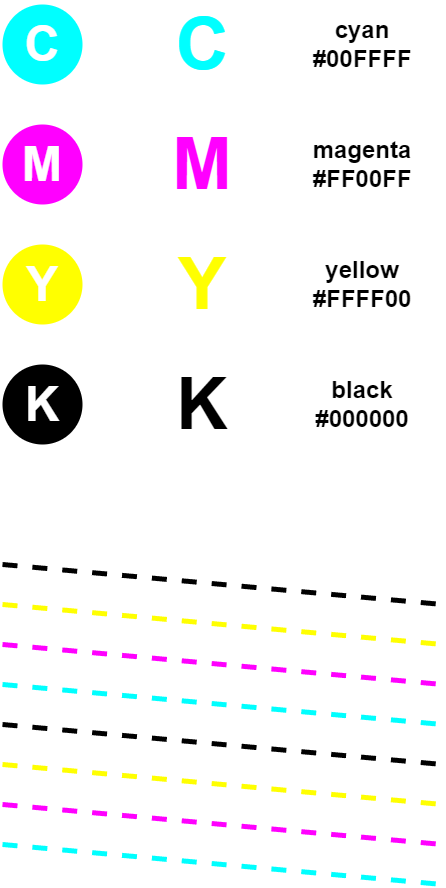
Earlier version of the draw.io export CMYK.png (zoumingzhe/CMYK). Source tidied: cells renumbered, new cells last; positions are measured from the earlier drawing's top-left corner, leaving out a move shared by most shapes.
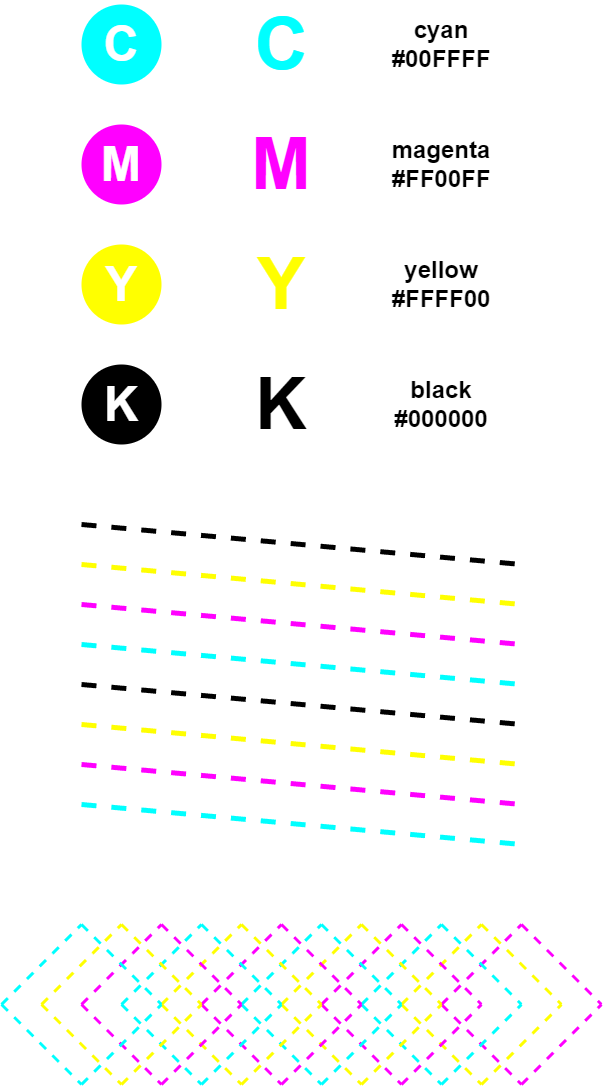
The same diagram one commit later.

What changed in the source:
```diff
@@ -2,6 +2,78 @@
   <root>
     <mxCell id="0" />
     <mxCell id="1" parent="0" />
+    <mxCell id="22" style="endArrow=none;dashed=1;html=1;rounded=0;strokeWidth=3;curved=0;strokeColor=#00FFFF;" parent="1" edge="1">
+      <mxGeometry relative="1" as="geometry">
+        <mxPoint x="-80" y="1000" as="sourcePoint" />
+        <mxPoint y="920" as="targetPoint" />
+      </mxGeometry>
+    </mxCell>
+    <mxCell id="23" style="endArrow=none;dashed=1;html=1;rounded=0;strokeWidth=3;curved=0;strokeColor=#FFFF00;" parent="1" edge="1">
+      <mxGeometry relative="1" as="geometry">
+        <mxPoint x="-40" y="1000" as="sourcePoint" />
+        <mxPoint x="40" y="920" as="targetPoint" />
+      </mxGeometry>
+    </mxCell>
+    <mxCell id="24" style="endArrow=none;dashed=1;html=1;rounded=0;strokeWidth=3;curved=0;strokeColor=#FF00FF;" parent="1" edge="1">
+      <mxGeometry relative="1" as="geometry">
+        <mxPoint y="1000" as="sourcePoint" />
+        <mxPoint x="80" y="920" as="targetPoint" />
+      </mxGeometry>
+    </mxCell>
+    <mxCell id="25" style="endArrow=none;dashed=1;html=1;rounded=0;strokeWidth=3;curved=0;strokeColor=#00FFFF;" parent="1" edge="1">
+      <mxGeometry relative="1" as="geometry">
+        <mxPoint x="40" y="1000" as="sourcePoint" />
+        <mxPoint x="120" y="920" as="targetPoint" />
+      </mxGeometry>
+    </mxCell>
+    <mxCell id="26" style="endArrow=none;dashed=1;html=1;rounded=0;strokeWidth=3;curved=0;strokeColor=#FFFF00;" parent="1" edge="1">
+      <mxGeometry relative="1" as="geometry">
+        <mxPoint x="80" y="1000" as="sourcePoint" />
+        <mxPoint x="160" y="920" as="targetPoint" />
+      </mxGeometry>
+    </mxCell>
+    <mxCell id="27" style="endArrow=none;dashed=1;html=1;rounded=0;strokeWidth=3;curved=0;strokeColor=#FF00FF;" parent="1" edge="1">
+      <mxGeometry relative="1" as="geometry">
+        <mxPoint x="120" y="1000" as="sourcePoint" />
+        <mxPoint x="200" y="920" as="targetPoint" />
+      </mxGeometry>
+    </mxCell>
+    <mxCell id="28" style="endArrow=none;dashed=1;html=1;rounded=0;strokeWidth=3;curved=0;strokeColor=#00FFFF;" parent="1" edge="1">
+      <mxGeometry relative="1" as="geometry">
+        <mxPoint x="160" y="1000" as="sourcePoint" />
+        <mxPoint x="240" y="920" as="targetPoint" />
+      </mxGeometry>
+    </mxCell>
+    <mxCell id="29" style="endArrow=none;dashed=1;html=1;rounded=0;strokeWidth=3;curved=0;strokeColor=#FFFF00;" parent="1" edge="1">
+      <mxGeometry relative="1" as="geometry">
+        <mxPoint x="200" y="1000" as="sourcePoint" />
+        <mxPoint x="280" y="920" as="targetPoint" />
+      </mxGeometry>
+    </mxCell>
+    <mxCell id="30" style="endArrow=none;dashed=1;html=1;rounded=0;strokeWidth=3;curved=0;strokeColor=#FF00FF;" parent="1" edge="1">
+      <mxGeometry relative="1" as="geometry">
+        <mxPoint x="240" y="1000" as="sourcePoint" />
+        <mxPoint x="320" y="920" as="targetPoint" />
+      </mxGeometry>
+    </mxCell>
+    <mxCell id="31" style="endArrow=none;dashed=1;html=1;rounded=0;strokeWidth=3;curved=0;strokeColor=#00FFFF;" parent="1" edge="1">
+      <mxGeometry relative="1" as="geometry">
+        <mxPoint x="280" y="1000" as="sourcePoint" />
+        <mxPoint x="360" y="920" as="targetPoint" />
+      </mxGeometry>
+    </mxCell>
+    <mxCell id="32" style="endArrow=none;dashed=1;html=1;rounded=0;strokeWidth=3;curved=0;strokeColor=#FFFF00;" parent="1" edge="1">
+      <mxGeometry relative="1" as="geometry">
+        <mxPoint x="320" y="1000" as="sourcePoint" />
+        <mxPoint x="400" y="920" as="targetPoint" />
+      </mxGeometry>
+    </mxCell>
+    <mxCell id="33" style="endArrow=none;dashed=1;html=1;rounded=0;strokeWidth=3;curved=0;strokeColor=#FF00FF;" parent="1" edge="1">
+      <mxGeometry relative="1" as="geometry">
+        <mxPoint x="360" y="1000" as="sourcePoint" />
+        <mxPoint x="440" y="920" as="targetPoint" />
+      </mxGeometry>
+    </mxCell>
     <mxCell id="2" value="&lt;font color=&quot;#ffffff&quot; style=&quot;font-size: 48px;&quot;&gt;&lt;b style=&quot;font-size: 48px;&quot;&gt;C&lt;/b&gt;&lt;/font&gt;" style="ellipse;whiteSpace=wrap;html=1;fillColor=#00FFFF;strokeColor=none;fontSize=48;" parent="1" vertex="1">
       <mxGeometry width="80" height="80" as="geometry" />
     </mxCell>
@@ -38,53 +110,269 @@
     <mxCell id="13" value="&lt;font style=&quot;font-size: 24px;&quot;&gt;&lt;b style=&quot;font-size: 24px;&quot;&gt;black&lt;/b&gt;&lt;/font&gt;&lt;div style=&quot;font-size: 24px;&quot;&gt;&lt;span style=&quot;font-size: 24px; font-weight: 700; background-color: initial;&quot;&gt;#000000&lt;/span&gt;&lt;/div&gt;" style="rounded=0;whiteSpace=wrap;html=1;strokeColor=none;fillColor=none;fontSize=24;fontColor=default;" parent="1" vertex="1">
       <mxGeometry x="280" y="360" width="160" height="80" as="geometry" />
     </mxCell>
-    <mxCell id="14" style="endArrow=none;html=1;rounded=0;strokeColor=#000000;strokeWidth=5;dashed=1;" parent="1" edge="1">
-      <mxGeometry relative="1" as="geometry">
-        <mxPoint y="560" as="sourcePoint" />
-        <mxPoint x="440" y="600" as="targetPoint" />
-      </mxGeometry>
-    </mxCell>
-    <mxCell id="15" style="endArrow=none;html=1;rounded=0;strokeColor=#FFFF00;strokeWidth=5;dashed=1;" parent="1" edge="1">
-      <mxGeometry relative="1" as="geometry">
-        <mxPoint y="600" as="sourcePoint" />
-        <mxPoint x="440" y="640" as="targetPoint" />
-      </mxGeometry>
-    </mxCell>
-    <mxCell id="16" style="endArrow=none;html=1;rounded=0;strokeColor=#FF00FF;strokeWidth=5;dashed=1;" parent="1" edge="1">
-      <mxGeometry relative="1" as="geometry">
-        <mxPoint y="640" as="sourcePoint" />
-        <mxPoint x="440" y="680" as="targetPoint" />
-      </mxGeometry>
-    </mxCell>
-    <mxCell id="17" style="endArrow=none;html=1;rounded=0;strokeColor=#00FFFF;strokeWidth=5;dashed=1;" parent="1" edge="1">
-      <mxGeometry relative="1" as="geometry">
-        <mxPoint y="680" as="sourcePoint" />
-        <mxPoint x="440" y="720" as="targetPoint" />
-      </mxGeometry>
-    </mxCell>
-    <mxCell id="18" style="endArrow=none;html=1;rounded=0;strokeColor=#000000;strokeWidth=5;dashed=1;" parent="1" edge="1">
-      <mxGeometry relative="1" as="geometry">
-        <mxPoint y="720" as="sourcePoint" />
-        <mxPoint x="440" y="760" as="targetPoint" />
-      </mxGeometry>
-    </mxCell>
-    <mxCell id="19" style="endArrow=none;html=1;rounded=0;strokeColor=#FFFF00;strokeWidth=5;dashed=1;" parent="1" edge="1">
-      <mxGeometry relative="1" as="geometry">
-        <mxPoint y="760" as="sourcePoint" />
-        <mxPoint x="440" y="800" as="targetPoint" />
-      </mxGeometry>
-    </mxCell>
-    <mxCell id="20" style="endArrow=none;html=1;rounded=0;strokeColor=#FF00FF;strokeWidth=5;dashed=1;" parent="1" edge="1">
-      <mxGeometry relative="1" as="geometry">
-        <mxPoint y="800" as="sourcePoint" />
-        <mxPoint x="440" y="840" as="targetPoint" />
-      </mxGeometry>
-    </mxCell>
-    <mxCell id="21" style="endArrow=none;html=1;rounded=0;strokeColor=#00FFFF;strokeWidth=5;dashed=1;" parent="1" edge="1">
-      <mxGeometry relative="1" as="geometry">
-        <mxPoint y="840" as="sourcePoint" />
-        <mxPoint x="440" y="880" as="targetPoint" />
-      </mxGeometry>
-    </mxCell>
+    <mxCell id="34" style="endArrow=none;html=1;rounded=0;strokeColor=#000000;strokeWidth=5;dashed=1;" parent="1" edge="1">
+      <mxGeometry relative="1" as="geometry">
+        <mxPoint y="520" as="sourcePoint" />
+        <mxPoint x="440" y="560" as="targetPoint" />
+      </mxGeometry>
+    </mxCell>
+    <mxCell id="35" style="endArrow=none;html=1;rounded=0;strokeColor=#FFFF00;strokeWidth=5;dashed=1;" parent="1" edge="1">
+      <mxGeometry relative="1" as="geometry">
+        <mxPoint y="560" as="sourcePoint" />
+        <mxPoint x="440" y="600" as="targetPoint" />
+      </mxGeometry>
+    </mxCell>
+    <mxCell id="36" style="endArrow=none;html=1;rounded=0;strokeColor=#FF00FF;strokeWidth=5;dashed=1;" parent="1" edge="1">
+      <mxGeometry relative="1" as="geometry">
+        <mxPoint y="600" as="sourcePoint" />
+        <mxPoint x="440" y="640" as="targetPoint" />
+      </mxGeometry>
+    </mxCell>
+    <mxCell id="37" style="endArrow=none;html=1;rounded=0;strokeColor=#00FFFF;strokeWidth=5;dashed=1;" parent="1" edge="1">
+      <mxGeometry relative="1" as="geometry">
+        <mxPoint y="640" as="sourcePoint" />
+        <mxPoint x="440" y="680" as="targetPoint" />
+      </mxGeometry>
+    </mxCell>
+    <mxCell id="38" style="endArrow=none;html=1;rounded=0;strokeColor=#000000;strokeWidth=5;dashed=1;" parent="1" edge="1">
+      <mxGeometry relative="1" as="geometry">
+        <mxPoint y="680" as="sourcePoint" />
+        <mxPoint x="440" y="720" as="targetPoint" />
+      </mxGeometry>
+    </mxCell>
+    <mxCell id="39" style="endArrow=none;html=1;rounded=0;strokeColor=#FFFF00;strokeWidth=5;dashed=1;" parent="1" edge="1">
+      <mxGeometry relative="1" as="geometry">
+        <mxPoint y="720" as="sourcePoint" />
+        <mxPoint x="440" y="760" as="targetPoint" />
+      </mxGeometry>
+    </mxCell>
+    <mxCell id="40" style="endArrow=none;html=1;rounded=0;strokeColor=#FF00FF;strokeWidth=5;dashed=1;" parent="1" edge="1">
+      <mxGeometry relative="1" as="geometry">
+        <mxPoint y="760" as="sourcePoint" />
+        <mxPoint x="440" y="800" as="targetPoint" />
+      </mxGeometry>
+    </mxCell>
+    <mxCell id="41" style="endArrow=none;html=1;rounded=0;strokeColor=#00FFFF;strokeWidth=5;dashed=1;" parent="1" edge="1">
+      <mxGeometry relative="1" as="geometry">
+        <mxPoint y="800" as="sourcePoint" />
+        <mxPoint x="440" y="840" as="targetPoint" />
+      </mxGeometry>
+    </mxCell>
+    <mxCell id="42" style="endArrow=none;dashed=1;html=1;rounded=0;strokeWidth=3;curved=0;strokeColor=#00FFFF;" parent="1" edge="1">
+      <mxGeometry relative="1" as="geometry">
+        <mxPoint x="-80" y="1000" as="sourcePoint" />
+        <mxPoint y="1080" as="targetPoint" />
+      </mxGeometry>
+    </mxCell>
+    <mxCell id="43" style="endArrow=none;dashed=1;html=1;rounded=0;strokeWidth=3;curved=0;strokeColor=#FFFF00;" parent="1" edge="1">
+      <mxGeometry relative="1" as="geometry">
+        <mxPoint x="-40" y="1000" as="sourcePoint" />
+        <mxPoint x="40" y="1080" as="targetPoint" />
+      </mxGeometry>
+    </mxCell>
+    <mxCell id="44" style="endArrow=none;dashed=1;html=1;rounded=0;strokeWidth=3;curved=0;strokeColor=#FF00FF;" parent="1" edge="1">
+      <mxGeometry relative="1" as="geometry">
+        <mxPoint y="1000" as="sourcePoint" />
+        <mxPoint x="80" y="1080" as="targetPoint" />
+      </mxGeometry>
+    </mxCell>
+    <mxCell id="45" style="endArrow=none;dashed=1;html=1;rounded=0;strokeWidth=3;curved=0;strokeColor=#00FFFF;" parent="1" edge="1">
+      <mxGeometry relative="1" as="geometry">
+        <mxPoint x="40" y="1000" as="sourcePoint" />
+        <mxPoint x="120" y="1080" as="targetPoint" />
+      </mxGeometry>
+    </mxCell>
+    <mxCell id="46" style="endArrow=none;dashed=1;html=1;rounded=0;strokeWidth=3;curved=0;strokeColor=#FFFF00;" parent="1" edge="1">
+      <mxGeometry relative="1" as="geometry">
+        <mxPoint x="80" y="1000" as="sourcePoint" />
+        <mxPoint x="160" y="1080" as="targetPoint" />
+      </mxGeometry>
+    </mxCell>
+    <mxCell id="47" style="endArrow=none;dashed=1;html=1;rounded=0;strokeWidth=3;curved=0;strokeColor=#FF00FF;" parent="1" edge="1">
+      <mxGeometry relative="1" as="geometry">
+        <mxPoint x="120" y="1000" as="sourcePoint" />
+        <mxPoint x="200" y="1080" as="targetPoint" />
+      </mxGeometry>
+    </mxCell>
+    <mxCell id="48" style="endArrow=none;dashed=1;html=1;rounded=0;strokeWidth=3;curved=0;strokeColor=#00FFFF;" parent="1" edge="1">
+      <mxGeometry relative="1" as="geometry">
+        <mxPoint x="160" y="1000" as="sourcePoint" />
+        <mxPoint x="240" y="1080" as="targetPoint" />
+      </mxGeometry>
+    </mxCell>
+    <mxCell id="49" style="endArrow=none;dashed=1;html=1;rounded=0;strokeWidth=3;curved=0;strokeColor=#FFFF00;" parent="1" edge="1">
+      <mxGeometry relative="1" as="geometry">
+        <mxPoint x="200" y="1000" as="sourcePoint" />
+        <mxPoint x="280" y="1080" as="targetPoint" />
+      </mxGeometry>
+    </mxCell>
+    <mxCell id="50" style="endArrow=none;dashed=1;html=1;rounded=0;strokeWidth=3;curved=0;strokeColor=#FF00FF;" parent="1" edge="1">
+      <mxGeometry relative="1" as="geometry">
+        <mxPoint x="240" y="1000" as="sourcePoint" />
+        <mxPoint x="320" y="1080" as="targetPoint" />
+      </mxGeometry>
+    </mxCell>
+    <mxCell id="51" style="endArrow=none;dashed=1;html=1;rounded=0;strokeWidth=3;curved=0;strokeColor=#00FFFF;" parent="1" edge="1">
+      <mxGeometry relative="1" as="geometry">
+        <mxPoint x="280" y="1000" as="sourcePoint" />
+        <mxPoint x="360" y="1080" as="targetPoint" />
+      </mxGeometry>
+    </mxCell>
+    <mxCell id="52" style="endArrow=none;dashed=1;html=1;rounded=0;strokeWidth=3;curved=0;strokeColor=#FFFF00;" parent="1" edge="1">
+      <mxGeometry relative="1" as="geometry">
+        <mxPoint x="320" y="1000" as="sourcePoint" />
+        <mxPoint x="400" y="1080" as="targetPoint" />
+      </mxGeometry>
+    </mxCell>
+    <mxCell id="53" style="endArrow=none;dashed=1;html=1;rounded=0;strokeWidth=3;curved=0;strokeColor=#FF00FF;" parent="1" edge="1">
+      <mxGeometry relative="1" as="geometry">
+        <mxPoint x="360" y="1000" as="sourcePoint" />
+        <mxPoint x="440" y="1080" as="targetPoint" />
+      </mxGeometry>
+    </mxCell>
+    <mxCell id="54" style="endArrow=none;dashed=1;html=1;rounded=0;strokeWidth=3;curved=0;strokeColor=#00FFFF;" parent="1" edge="1">
+      <mxGeometry relative="1" as="geometry">
+        <mxPoint y="920" as="sourcePoint" />
+        <mxPoint x="80" y="1000" as="targetPoint" />
+      </mxGeometry>
+    </mxCell>
+    <mxCell id="55" style="endArrow=none;dashed=1;html=1;rounded=0;strokeWidth=3;curved=0;strokeColor=#FFFF00;" parent="1" edge="1">
+      <mxGeometry relative="1" as="geometry">
+        <mxPoint x="40" y="920" as="sourcePoint" />
+        <mxPoint x="120" y="1000" as="targetPoint" />
+      </mxGeometry>
+    </mxCell>
+    <mxCell id="56" style="endArrow=none;dashed=1;html=1;rounded=0;strokeWidth=3;curved=0;strokeColor=#FF00FF;" parent="1" edge="1">
+      <mxGeometry relative="1" as="geometry">
+        <mxPoint x="80" y="920" as="sourcePoint" />
+        <mxPoint x="160" y="1000" as="targetPoint" />
+      </mxGeometry>
+    </mxCell>
+    <mxCell id="57" style="endArrow=none;dashed=1;html=1;rounded=0;strokeWidth=3;curved=0;strokeColor=#00FFFF;" parent="1" edge="1">
+      <mxGeometry relative="1" as="geometry">
+        <mxPoint x="120" y="920" as="sourcePoint" />
+        <mxPoint x="200" y="1000" as="targetPoint" />
+      </mxGeometry>
+    </mxCell>
+    <mxCell id="58" style="endArrow=none;dashed=1;html=1;rounded=0;strokeWidth=3;curved=0;strokeColor=#FFFF00;" parent="1" edge="1">
+      <mxGeometry relative="1" as="geometry">
+        <mxPoint x="160" y="920" as="sourcePoint" />
+        <mxPoint x="240" y="1000" as="targetPoint" />
+      </mxGeometry>
+    </mxCell>
+    <mxCell id="59" style="endArrow=none;dashed=1;html=1;rounded=0;strokeWidth=3;curved=0;strokeColor=#FF00FF;" parent="1" edge="1">
+      <mxGeometry relative="1" as="geometry">
+        <mxPoint x="200" y="920" as="sourcePoint" />
+        <mxPoint x="280" y="1000" as="targetPoint" />
+      </mxGeometry>
+    </mxCell>
+    <mxCell id="60" style="endArrow=none;dashed=1;html=1;rounded=0;strokeWidth=3;curved=0;strokeColor=#00FFFF;" parent="1" edge="1">
+      <mxGeometry relative="1" as="geometry">
+        <mxPoint x="240" y="920" as="sourcePoint" />
+        <mxPoint x="320" y="1000" as="targetPoint" />
+      </mxGeometry>
+    </mxCell>
+    <mxCell id="61" style="endArrow=none;dashed=1;html=1;rounded=0;strokeWidth=3;curved=0;strokeColor=#FFFF00;" parent="1" edge="1">
+      <mxGeometry relative="1" as="geometry">
+        <mxPoint x="280" y="920" as="sourcePoint" />
+        <mxPoint x="360" y="1000" as="targetPoint" />
+      </mxGeometry>
+    </mxCell>
+    <mxCell id="62" style="endArrow=none;dashed=1;html=1;rounded=0;strokeWidth=3;curved=0;strokeColor=#FF00FF;" parent="1" edge="1">
+      <mxGeometry relative="1" as="geometry">
+        <mxPoint x="320" y="920" as="sourcePoint" />
+        <mxPoint x="400" y="1000" as="targetPoint" />
+      </mxGeometry>
+    </mxCell>
+    <mxCell id="63" style="endArrow=none;dashed=1;html=1;rounded=0;strokeWidth=3;curved=0;strokeColor=#00FFFF;" parent="1" edge="1">
+      <mxGeometry relative="1" as="geometry">
+        <mxPoint x="360" y="920" as="sourcePoint" />
+        <mxPoint x="440" y="1000" as="targetPoint" />
+      </mxGeometry>
+    </mxCell>
+    <mxCell id="64" style="endArrow=none;dashed=1;html=1;rounded=0;strokeWidth=3;curved=0;strokeColor=#FFFF00;" parent="1" edge="1">
+      <mxGeometry relative="1" as="geometry">
+        <mxPoint x="400" y="920" as="sourcePoint" />
+        <mxPoint x="480" y="1000" as="targetPoint" />
+      </mxGeometry>
+    </mxCell>
+    <mxCell id="65" style="endArrow=none;dashed=1;html=1;rounded=0;strokeWidth=3;curved=0;strokeColor=#FF00FF;" parent="1" edge="1">
+      <mxGeometry relative="1" as="geometry">
+        <mxPoint x="440" y="920" as="sourcePoint" />
+        <mxPoint x="520" y="1000" as="targetPoint" />
+      </mxGeometry>
+    </mxCell>
+    <mxCell id="66" style="endArrow=none;dashed=1;html=1;rounded=0;strokeWidth=3;curved=0;strokeColor=#00FFFF;" parent="1" edge="1">
+      <mxGeometry relative="1" as="geometry">
+        <mxPoint y="1080" as="sourcePoint" />
+        <mxPoint x="80" y="1000" as="targetPoint" />
+      </mxGeometry>
+    </mxCell>
+    <mxCell id="67" style="endArrow=none;dashed=1;html=1;rounded=0;strokeWidth=3;curved=0;strokeColor=#FFFF00;" parent="1" edge="1">
+      <mxGeometry relative="1" as="geometry">
+        <mxPoint x="40" y="1080" as="sourcePoint" />
+        <mxPoint x="120" y="1000" as="targetPoint" />
+      </mxGeometry>
+    </mxCell>
+    <mxCell id="68" style="endArrow=none;dashed=1;html=1;rounded=0;strokeWidth=3;curved=0;strokeColor=#FF00FF;" parent="1" edge="1">
+      <mxGeometry relative="1" as="geometry">
+        <mxPoint x="80" y="1080" as="sourcePoint" />
+        <mxPoint x="160" y="1000" as="targetPoint" />
+      </mxGeometry>
+    </mxCell>
+    <mxCell id="69" style="endArrow=none;dashed=1;html=1;rounded=0;strokeWidth=3;curved=0;strokeColor=#00FFFF;" parent="1" edge="1">
+      <mxGeometry relative="1" as="geometry">
+        <mxPoint x="120" y="1080" as="sourcePoint" />
+        <mxPoint x="200" y="1000" as="targetPoint" />
+      </mxGeometry>
+    </mxCell>
+    <mxCell id="70" style="endArrow=none;dashed=1;html=1;rounded=0;strokeWidth=3;curved=0;strokeColor=#FFFF00;" parent="1" edge="1">
+      <mxGeometry relative="1" as="geometry">
+        <mxPoint x="160" y="1080" as="sourcePoint" />
+        <mxPoint x="240" y="1000" as="targetPoint" />
+      </mxGeometry>
+    </mxCell>
+    <mxCell id="71" style="endArrow=none;dashed=1;html=1;rounded=0;strokeWidth=3;curved=0;strokeColor=#FF00FF;" parent="1" edge="1">
+      <mxGeometry relative="1" as="geometry">
+        <mxPoint x="200" y="1080" as="sourcePoint" />
+        <mxPoint x="280" y="1000" as="targetPoint" />
+      </mxGeometry>
+    </mxCell>
+    <mxCell id="72" style="endArrow=none;dashed=1;html=1;rounded=0;strokeWidth=3;curved=0;strokeColor=#00FFFF;" parent="1" edge="1">
+      <mxGeometry relative="1" as="geometry">
+        <mxPoint x="240" y="1080" as="sourcePoint" />
+        <mxPoint x="320" y="1000" as="targetPoint" />
+      </mxGeometry>
+    </mxCell>
+    <mxCell id="73" style="endArrow=none;dashed=1;html=1;rounded=0;strokeWidth=3;curved=0;strokeColor=#FFFF00;" parent="1" edge="1">
+      <mxGeometry relative="1" as="geometry">
+        <mxPoint x="280" y="1080" as="sourcePoint" />
+        <mxPoint x="360" y="1000" as="targetPoint" />
+      </mxGeometry>
+    </mxCell>
+    <mxCell id="74" style="endArrow=none;dashed=1;html=1;rounded=0;strokeWidth=3;curved=0;strokeColor=#FF00FF;" parent="1" edge="1">
+      <mxGeometry relative="1" as="geometry">
+        <mxPoint x="320" y="1080" as="sourcePoint" />
+        <mxPoint x="400" y="1000" as="targetPoint" />
+      </mxGeometry>
+    </mxCell>
+    <mxCell id="75" style="endArrow=none;dashed=1;html=1;rounded=0;strokeWidth=3;curved=0;strokeColor=#00FFFF;" parent="1" edge="1">
+      <mxGeometry relative="1" as="geometry">
+        <mxPoint x="360" y="1080" as="sourcePoint" />
+        <mxPoint x="440" y="1000" as="targetPoint" />
+      </mxGeometry>
+    </mxCell>
+    <mxCell id="76" style="endArrow=none;dashed=1;html=1;rounded=0;strokeWidth=3;curved=0;strokeColor=#FFFF00;" parent="1" edge="1">
+      <mxGeometry relative="1" as="geometry">
+        <mxPoint x="400" y="1080" as="sourcePoint" />
+        <mxPoint x="480" y="1000" as="targetPoint" />
+      </mxGeometry>
+    </mxCell>
+    <mxCell id="77" style="endArrow=none;dashed=1;html=1;rounded=0;strokeWidth=3;curved=0;strokeColor=#FF00FF;" parent="1" edge="1">
+      <mxGeometry relative="1" as="geometry">
+        <mxPoint x="440" y="1080" as="sourcePoint" />
+        <mxPoint x="520" y="1000" as="targetPoint" />
+      </mxGeometry>
+    </mxCell>
   </root>
 </mxGraphModel>
```
